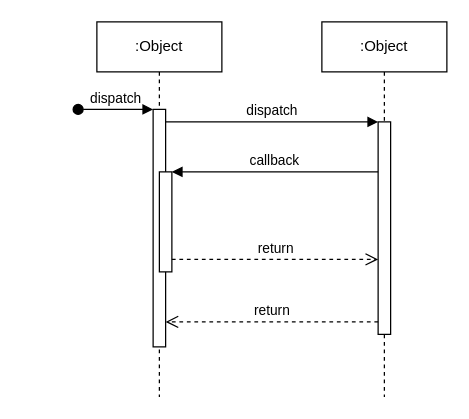
Earlier version of the draw.io diagram NapTheNhanh.drawio (bachdev/diagram). Source tidied: cells renumbered, new cells numbered last; positions are measured from the earlier drawing's top-left corner, leaving out a move shared by most shapes. Both pictures are drawn from the tidied source at 125%, with x=0, y=0 at pixel (78, 21).
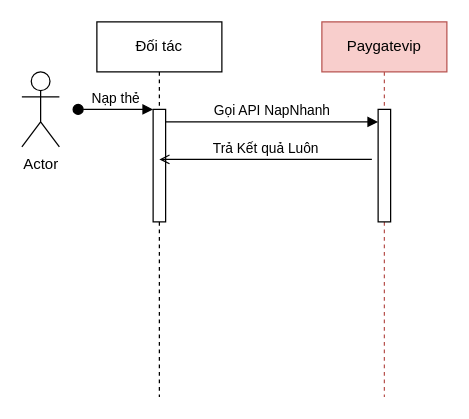
Above is the later version.

The edit, as a diff of the source:
```diff
@@
 <mxGraphModel>
   <root>
     <mxCell id="0" />
     <mxCell id="1" parent="0" />
-    <mxCell id="2" value=":Object" style="shape=umlLifeline;perimeter=lifelinePerimeter;whiteSpace=wrap;html=1;newEdgeStyle={&quot;edgeStyle&quot;:&quot;elbowEdgeStyle&quot;,&quot;elbow&quot;:&quot;vertical&quot;,&quot;curved&quot;:0,&quot;rounded&quot;:0};" parent="1" vertex="1">
+    <mxCell id="2" value="Đối tác" style="shape=umlLifeline;perimeter=lifelinePerimeter;whiteSpace=wrap;html=1;newEdgeStyle={&quot;edgeStyle&quot;:&quot;elbowEdgeStyle&quot;,&quot;elbow&quot;:&quot;vertical&quot;,&quot;curved&quot;:0,&quot;rounded&quot;:0};" parent="1" vertex="1">
       <mxGeometry x="15" width="100" height="300" as="geometry" />
     </mxCell>
     <mxCell id="3" style="html=1;points=[];perimeter=orthogonalPerimeter;outlineConnect=0;targetShapes=umlLifeline;portConstraint=eastwest;newEdgeStyle={&quot;edgeStyle&quot;:&quot;elbowEdgeStyle&quot;,&quot;elbow&quot;:&quot;vertical&quot;,&quot;curved&quot;:0,&quot;rounded&quot;:0};" parent="2" vertex="1">
-      <mxGeometry x="45" y="70" width="10" height="190" as="geometry" />
+      <mxGeometry x="45" y="70" width="10" height="90" as="geometry" />
     </mxCell>
-    <mxCell id="4" value="dispatch" style="html=1;verticalAlign=bottom;startArrow=oval;endArrow=block;startSize=8;edgeStyle=elbowEdgeStyle;elbow=vertical;curved=0;rounded=0;" parent="2" edge="1" target="3">
+    <mxCell id="4" value="Nạp thẻ" style="html=1;verticalAlign=bottom;startArrow=oval;endArrow=block;startSize=8;edgeStyle=elbowEdgeStyle;elbow=vertical;curved=0;rounded=0;" parent="2" edge="1" target="3">
       <mxGeometry relative="1" as="geometry">
         <mxPoint x="-15" y="70" as="sourcePoint" />
       </mxGeometry>
     </mxCell>
-    <mxCell id="5" style="html=1;points=[];perimeter=orthogonalPerimeter;outlineConnect=0;targetShapes=umlLifeline;portConstraint=eastwest;newEdgeStyle={&quot;edgeStyle&quot;:&quot;elbowEdgeStyle&quot;,&quot;elbow&quot;:&quot;vertical&quot;,&quot;curved&quot;:0,&quot;rounded&quot;:0};" parent="2" vertex="1">
-      <mxGeometry x="50" y="120" width="10" height="80" as="geometry" />
-    </mxCell>
-    <mxCell id="6" value=":Object" style="shape=umlLifeline;perimeter=lifelinePerimeter;whiteSpace=wrap;html=1;newEdgeStyle={&quot;edgeStyle&quot;:&quot;elbowEdgeStyle&quot;,&quot;elbow&quot;:&quot;vertical&quot;,&quot;curved&quot;:0,&quot;rounded&quot;:0};" parent="1" vertex="1">
+    <mxCell id="6" value="Paygatevip" style="shape=umlLifeline;perimeter=lifelinePerimeter;whiteSpace=wrap;html=1;newEdgeStyle={&quot;edgeStyle&quot;:&quot;elbowEdgeStyle&quot;,&quot;elbow&quot;:&quot;vertical&quot;,&quot;curved&quot;:0,&quot;rounded&quot;:0};fillColor=#f8cecc;strokeColor=#b85450;" parent="1" vertex="1">
       <mxGeometry x="195" width="100" height="300" as="geometry" />
     </mxCell>
     <mxCell id="7" style="html=1;points=[];perimeter=orthogonalPerimeter;outlineConnect=0;targetShapes=umlLifeline;portConstraint=eastwest;newEdgeStyle={&quot;edgeStyle&quot;:&quot;elbowEdgeStyle&quot;,&quot;elbow&quot;:&quot;vertical&quot;,&quot;curved&quot;:0,&quot;rounded&quot;:0};" parent="6" vertex="1">
-      <mxGeometry x="45" y="80" width="10" height="170" as="geometry" />
+      <mxGeometry x="45" y="70" width="10" height="90" as="geometry" />
     </mxCell>
-    <mxCell id="8" value="dispatch" style="html=1;verticalAlign=bottom;endArrow=block;edgeStyle=elbowEdgeStyle;elbow=vertical;curved=0;rounded=0;" parent="1" edge="1" source="3" target="7">
+    <mxCell id="8" value="Gọi API NapNhanh" style="html=1;verticalAlign=bottom;endArrow=block;edgeStyle=elbowEdgeStyle;elbow=vertical;curved=0;rounded=0;" parent="1" edge="1" source="3" target="7">
       <mxGeometry relative="1" as="geometry">
         <Array as="points">
           <mxPoint x="155" y="80" />
         </Array>
       </mxGeometry>
     </mxCell>
-    <mxCell id="9" value="return" style="html=1;verticalAlign=bottom;endArrow=open;dashed=1;endSize=8;edgeStyle=elbowEdgeStyle;elbow=vertical;curved=0;rounded=0;" parent="1" edge="1" source="7" target="3">
+    <mxCell id="9" value="Trả Kết quả Luôn" style="html=1;verticalAlign=bottom;endArrow=open;edgeStyle=elbowEdgeStyle;elbow=vertical;curved=0;rounded=0;" parent="1" edge="1">
       <mxGeometry relative="1" as="geometry">
+        <mxPoint x="235" y="110" as="sourcePoint" />
+        <mxPoint x="65" y="110" as="targetPoint" />
         <Array as="points">
-          <mxPoint x="165" y="240" />
+          <mxPoint x="160" y="110" />
         </Array>
       </mxGeometry>
     </mxCell>
-    <mxCell id="10" value="callback" style="html=1;verticalAlign=bottom;endArrow=block;edgeStyle=elbowEdgeStyle;elbow=vertical;curved=0;rounded=0;" parent="1" edge="1" source="7" target="5">
-      <mxGeometry relative="1" as="geometry">
-        <Array as="points">
-          <mxPoint x="165" y="120" />
-        </Array>
-      </mxGeometry>
-    </mxCell>
-    <mxCell id="11" value="return" style="html=1;verticalAlign=bottom;endArrow=open;dashed=1;endSize=8;edgeStyle=elbowEdgeStyle;elbow=vertical;curved=0;rounded=0;" parent="1" edge="1" source="5" target="7">
-      <mxGeometry relative="1" as="geometry">
-        <Array as="points">
-          <mxPoint x="155" y="190" />
-        </Array>
-      </mxGeometry>
-    </mxCell>
+    <mxCell id="12" value="Actor" style="shape=umlActor;verticalLabelPosition=bottom;verticalAlign=top;html=1;" parent="1" vertex="1">
+      <mxGeometry x="-45" y="40" width="30" height="60" as="geometry" />
+    </mxCell>
   </root>
 </mxGraphModel>
```
